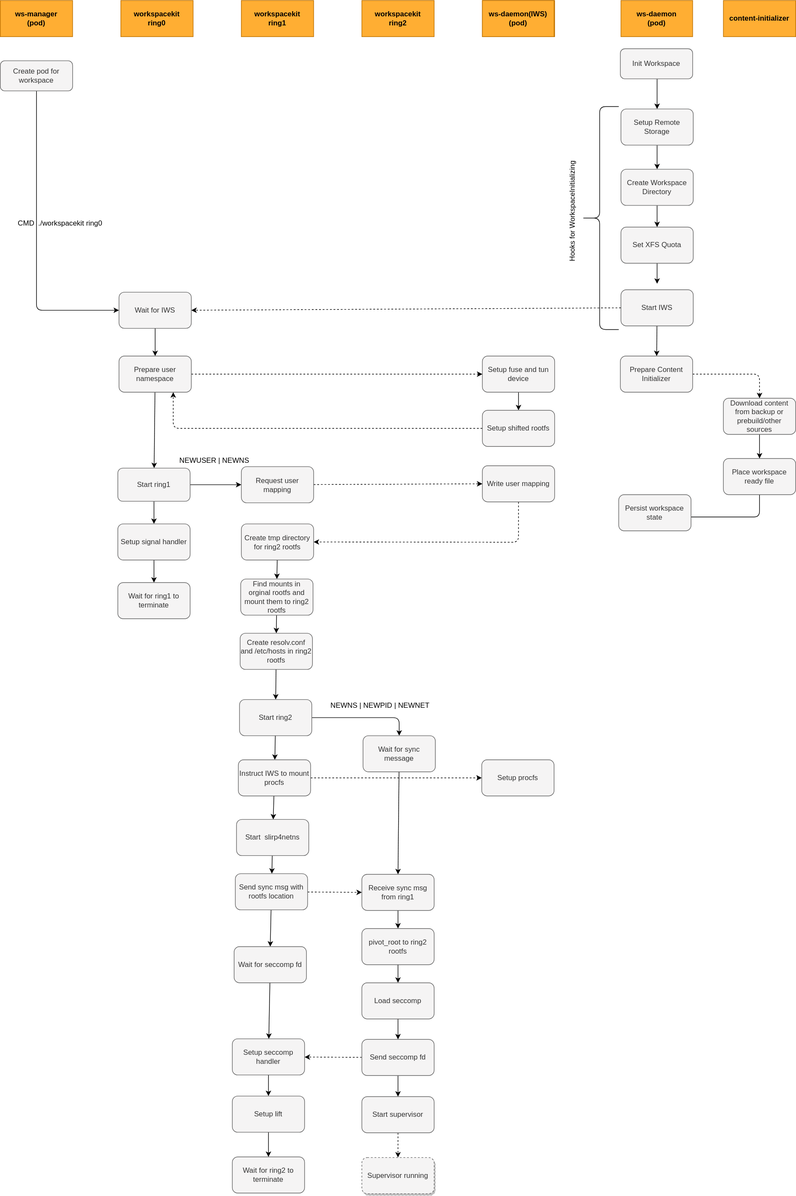
Earlier version of the draw.io export docs/workspace/architecture.drawio.svg (gitpod-io/gitpod). Source tidied: cells renumbered, new cells last; positions are measured from the earlier drawing's top-left corner, leaving out a move shared by most shapes.
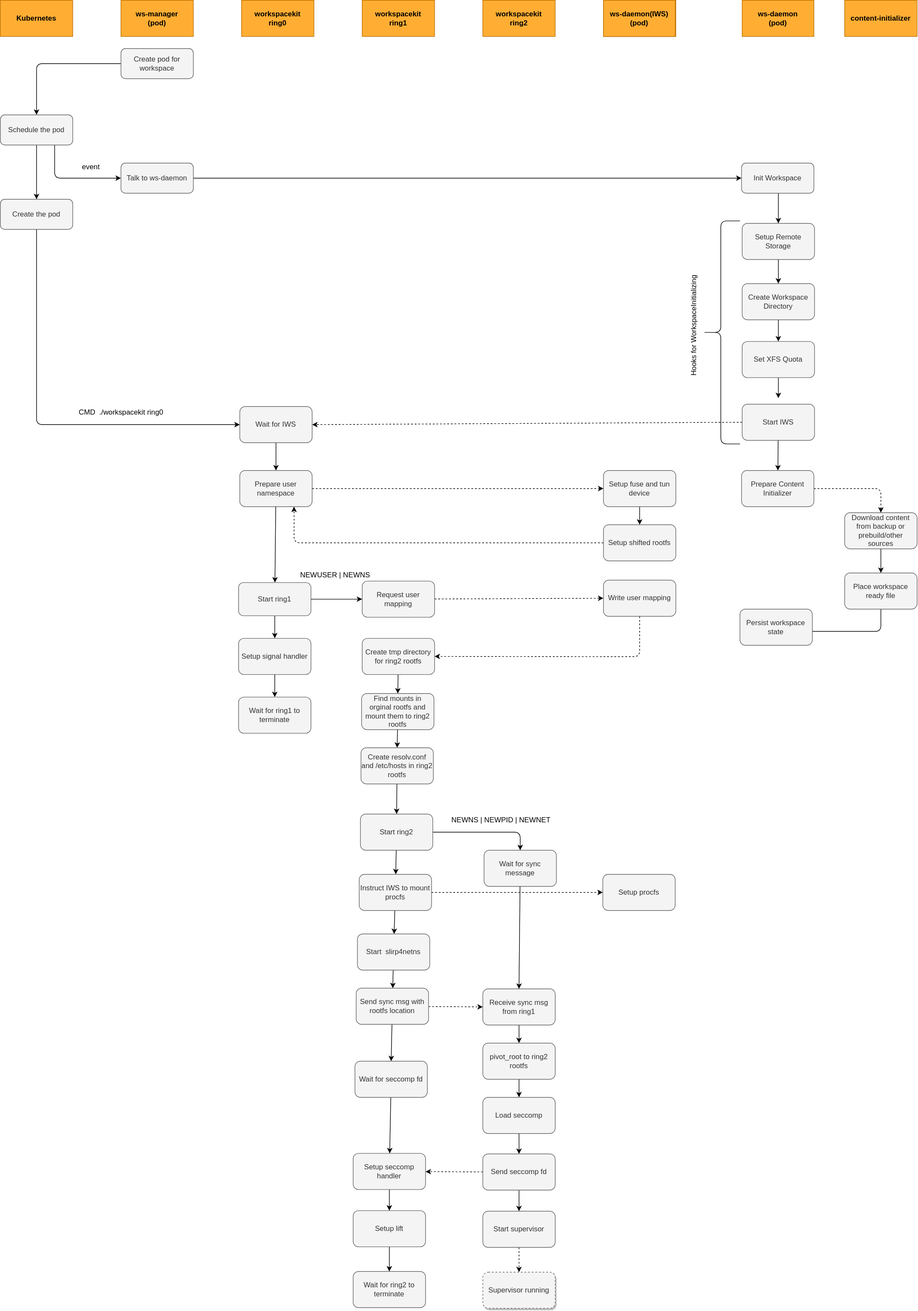
After the commit.

Commit message:
docs: More detailed interaction between ws-manager and kubernetes.

What changed in the source:
```diff
@@ -3,16 +3,16 @@
     <mxCell id="0" />
     <mxCell id="1" parent="0" />
     <mxCell id="2" value="ws-daemon" style="rounded=0;whiteSpace=wrap;html=1;fillColor=#f0a30a;fontColor=#000000;strokeColor=#BD7000;fontStyle=1;" parent="1" vertex="1">
-      <mxGeometry x="800" width="120" height="60" as="geometry" />
+      <mxGeometry x="800" y="-190" width="120" height="60" as="geometry" />
     </mxCell>
     <mxCell id="3" value="workspacekit&lt;br&gt;ring0" style="rounded=0;whiteSpace=wrap;html=1;fillColor=#FFAE33;fontColor=#000000;strokeColor=#BD7000;fontStyle=1;" parent="1" vertex="1">
-      <mxGeometry x="200" width="120" height="60" as="geometry" />
+      <mxGeometry x="200" y="-190" width="120" height="60" as="geometry" />
     </mxCell>
     <mxCell id="4" value="content-initializer" style="rounded=0;whiteSpace=wrap;html=1;fillColor=#FFAE33;fontColor=#000000;strokeColor=#BD7000;fontStyle=1;" parent="1" vertex="1">
-      <mxGeometry x="1200" width="120" height="60" as="geometry" />
+      <mxGeometry x="1200" y="-190" width="120" height="60" as="geometry" />
     </mxCell>
     <mxCell id="5" value="ws-daemon(IWS)&lt;br&gt;(pod)" style="rounded=0;whiteSpace=wrap;html=1;fillColor=#FFAE33;fontColor=#000000;strokeColor=#BD7000;fontStyle=1;" parent="1" vertex="1">
-      <mxGeometry x="800" width="119" height="60" as="geometry" />
+      <mxGeometry x="800" y="-190" width="119" height="60" as="geometry" />
     </mxCell>
     <mxCell id="6" style="edgeStyle=none;html=1;endArrow=classic;endFill=1;" parent="1" edge="1" target="9">
       <mxGeometry relative="1" as="geometry">
@@ -139,13 +139,13 @@
       <mxGeometry x="400" y="773.5" width="120" height="60" as="geometry" />
     </mxCell>
     <mxCell id="40" value="CMD&amp;nbsp; ./workspacekit ring0" style="text;html=1;align=center;verticalAlign=middle;strokeColor=none;fillColor=none;" parent="1" vertex="1">
-      <mxGeometry x="19" y="360" width="160" height="20" as="geometry" />
+      <mxGeometry x="-80" y="484" width="160" height="20" as="geometry" />
     </mxCell>
     <mxCell id="41" value="workspacekit&lt;br&gt;ring1" style="rounded=0;whiteSpace=wrap;html=1;fillColor=#FFAE33;fontColor=#000000;strokeColor=#BD7000;fontStyle=1;" parent="1" vertex="1">
-      <mxGeometry x="400" width="120" height="60" as="geometry" />
+      <mxGeometry x="400" y="-190" width="120" height="60" as="geometry" />
     </mxCell>
     <mxCell id="42" value="workspacekit&lt;br&gt;ring2" style="rounded=0;whiteSpace=wrap;html=1;fillColor=#FFAE33;fontColor=#000000;strokeColor=#BD7000;fontStyle=1;" parent="1" vertex="1">
-      <mxGeometry x="600" width="120" height="60" as="geometry" />
+      <mxGeometry x="600" y="-190" width="120" height="60" as="geometry" />
     </mxCell>
     <mxCell id="43" value="NEWUSER | NEWNS" style="text;html=1;align=center;verticalAlign=middle;strokeColor=none;fillColor=none;" parent="1" vertex="1">
       <mxGeometry x="290" y="753.5" width="130" height="20" as="geometry" />
@@ -173,21 +173,20 @@
       <mxGeometry x="400" y="868.5" width="120" height="60" as="geometry" />
     </mxCell>
     <mxCell id="50" value="ws-manager&lt;br&gt;(pod)" style="rounded=0;whiteSpace=wrap;html=1;fillColor=#FFAE33;fontColor=#000000;strokeColor=#BD7000;fontStyle=1;" parent="1" vertex="1">
-      <mxGeometry width="120" height="60" as="geometry" />
+      <mxGeometry y="-190" width="120" height="60" as="geometry" />
     </mxCell>
-    <mxCell id="51" style="edgeStyle=none;html=1;exitX=0.5;exitY=1;exitDx=0;exitDy=0;entryX=0;entryY=0.5;entryDx=0;entryDy=0;" parent="1" edge="1" target="25">
-      <mxGeometry relative="1" as="geometry">
-        <mxPoint x="60" y="144" as="sourcePoint" />
-        <Array as="points">
-          <mxPoint x="60" y="514" />
-        </Array>
-      </mxGeometry>
-    </mxCell>
+    <mxCell id="93" style="edgeStyle=none;html=1;exitX=0;exitY=0.5;exitDx=0;exitDy=0;entryX=0.5;entryY=0;entryDx=0;entryDy=0;" parent="1" edge="1" source="52" target="97">
+      <mxGeometry relative="1" as="geometry">
+        <Array as="points">
+          <mxPoint x="-140" y="-85" />
+        </Array>
+      </mxGeometry>
+    </mxCell>
     <mxCell id="52" value="Create pod for workspace" style="rounded=1;whiteSpace=wrap;html=1;labelBackgroundColor=none;fillColor=#F5F4F4;fontColor=#333333;strokeColor=#666666;" parent="1" vertex="1">
-      <mxGeometry y="100" width="120" height="50" as="geometry" />
+      <mxGeometry y="-110" width="120" height="50" as="geometry" />
     </mxCell>
     <mxCell id="53" value="ws-daemon&lt;br&gt;(pod)" style="rounded=0;whiteSpace=wrap;html=1;fillColor=#FFAE33;fontColor=#000000;strokeColor=#BD7000;fontStyle=1;" parent="1" vertex="1">
-      <mxGeometry x="1030" width="119" height="60" as="geometry" />
+      <mxGeometry x="1030" y="-190" width="119" height="60" as="geometry" />
     </mxCell>
     <mxCell id="54" style="shape=curlyBracket;whiteSpace=wrap;html=1;rounded=1;" parent="1" vertex="1">
       <mxGeometry x="963" y="176" width="63.3" height="370" as="geometry" />
@@ -306,5 +305,40 @@
     <mxCell id="92" value="Supervisor running" style="rounded=1;whiteSpace=wrap;html=1;labelBackgroundColor=none;fillColor=#F5F4F4;fontColor=#333333;strokeColor=#666666;shadow=1;glass=0;sketch=0;dashed=1;" parent="1" vertex="1">
       <mxGeometry x="600" y="1920" width="120" height="60" as="geometry" />
     </mxCell>
+    <mxCell id="94" value="Kubernetes" style="rounded=0;whiteSpace=wrap;html=1;fillColor=#FFAE33;fontColor=#000000;strokeColor=#BD7000;fontStyle=1;" parent="1" vertex="1">
+      <mxGeometry x="-200" y="-190" width="120" height="60" as="geometry" />
+    </mxCell>
+    <mxCell id="95" style="edgeStyle=none;html=1;exitX=0.75;exitY=1;exitDx=0;exitDy=0;entryX=0;entryY=0.5;entryDx=0;entryDy=0;" parent="1" edge="1" source="97" target="99">
+      <mxGeometry relative="1" as="geometry">
+        <Array as="points">
+          <mxPoint x="-110" y="105" />
+        </Array>
+      </mxGeometry>
+    </mxCell>
+    <mxCell id="96" style="edgeStyle=none;html=1;exitX=0.5;exitY=1;exitDx=0;exitDy=0;entryX=0.5;entryY=0;entryDx=0;entryDy=0;" parent="1" edge="1" source="97" target="102">
+      <mxGeometry relative="1" as="geometry" />
+    </mxCell>
+    <mxCell id="97" value="Schedule the pod" style="rounded=1;whiteSpace=wrap;html=1;labelBackgroundColor=none;fillColor=#F5F4F4;fontColor=#333333;strokeColor=#666666;" parent="1" vertex="1">
+      <mxGeometry x="-200" width="120" height="50" as="geometry" />
+    </mxCell>
+    <mxCell id="98" style="edgeStyle=none;html=1;exitX=1;exitY=0.5;exitDx=0;exitDy=0;entryX=0;entryY=0.5;entryDx=0;entryDy=0;" parent="1" edge="1" source="99" target="7">
+      <mxGeometry relative="1" as="geometry" />
+    </mxCell>
+    <mxCell id="99" value="Talk to ws-daemon" style="rounded=1;whiteSpace=wrap;html=1;labelBackgroundColor=none;fillColor=#F5F4F4;fontColor=#333333;strokeColor=#666666;" parent="1" vertex="1">
+      <mxGeometry y="80" width="120" height="50" as="geometry" />
+    </mxCell>
+    <mxCell id="100" value="event" style="text;html=1;align=center;verticalAlign=middle;strokeColor=none;fillColor=none;" parent="1" vertex="1">
+      <mxGeometry x="-70" y="77" width="40" height="20" as="geometry" />
+    </mxCell>
+    <mxCell id="101" style="edgeStyle=none;html=1;exitX=0.5;exitY=1;exitDx=0;exitDy=0;entryX=0;entryY=0.5;entryDx=0;entryDy=0;" parent="1" edge="1" source="102" target="25">
+      <mxGeometry relative="1" as="geometry">
+        <Array as="points">
+          <mxPoint x="-140" y="514" />
+        </Array>
+      </mxGeometry>
+    </mxCell>
+    <mxCell id="102" value="Create the pod" style="rounded=1;whiteSpace=wrap;html=1;labelBackgroundColor=none;fillColor=#F5F4F4;fontColor=#333333;strokeColor=#666666;" parent="1" vertex="1">
+      <mxGeometry x="-200" y="140" width="120" height="50" as="geometry" />
+    </mxCell>
   </root>
 </mxGraphModel>
```
